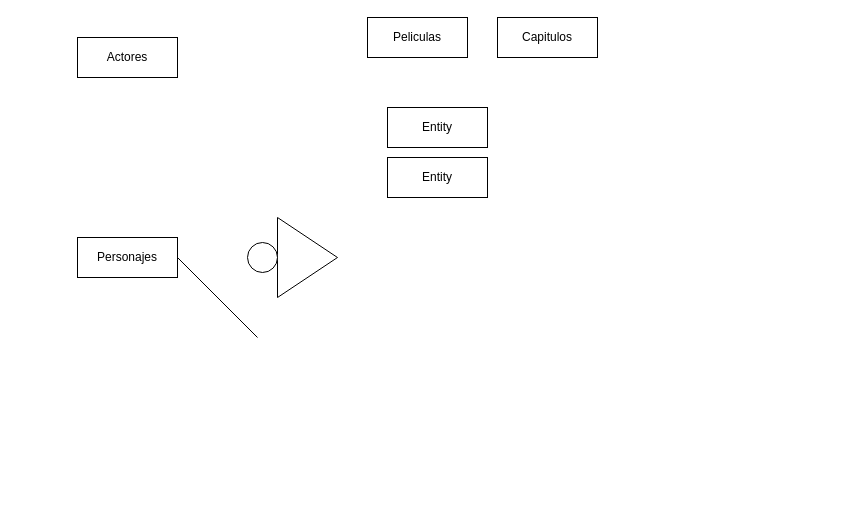
JVC0/Base-Datos keeps this draw.io diagram as Unidad1/Tareas/Tarea evaluada3/Untitled Diagram.drawio. Above is the earlier version. Source tidied: cells renumbered, new cells numbered last; positions are measured from the earlier drawing's top-left corner, leaving out a move shared by most shapes. Both pictures are drawn from the tidied source at 100%, with x=0, y=0 at pixel (77, 17).
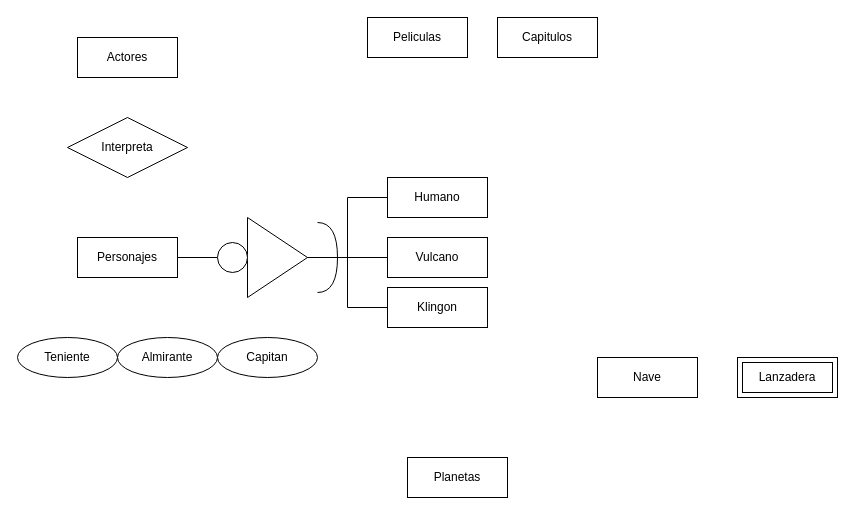
Above is the later version.

The change refers to these unchanged cells:
```xml
<mxCell id="2" value="Personajes" style="whiteSpace=wrap;html=1;align=center;" parent="1" vertex="1">
  <mxGeometry y="220" width="100" height="40" as="geometry" />
</mxCell>
```

Diff of the diagram source:
```diff
@@
-    <mxCell id="6" style="triangle;whiteSpace=wrap;html=1;" parent="1" vertex="1">
-      <mxGeometry x="200" y="200" width="60" height="80" as="geometry" />
-    </mxCell>
-    <mxCell id="7" style="ellipse;whiteSpace=wrap;html=1;" parent="1" vertex="1">
-      <mxGeometry x="170" y="225" width="30" height="30" as="geometry" />
-    </mxCell>
-    <mxCell id="8" style="endArrow=none;html=1;rounded=0;entryX=1;entryY=0.5;entryDx=0;entryDy=0;" parent="1" edge="1" target="2">
-      <mxGeometry relative="1" as="geometry">
-        <mxPoint x="180" y="320" as="sourcePoint" />
-      </mxGeometry>
+    <mxCell id="8" style="endArrow=none;html=1;rounded=0;entryX=1;entryY=0.5;entryDx=0;entryDy=0;exitX=0;exitY=0.5;exitDx=0;exitDy=0;" parent="1" edge="1" source="13" target="2">
+      <mxGeometry relative="1" as="geometry" />
     </mxCell>
-    <mxCell id="9" value="Entity" style="whiteSpace=wrap;html=1;align=center;" parent="1" vertex="1">
-      <mxGeometry x="310" y="90" width="100" height="40" as="geometry" />
+    <mxCell id="9" value="Humano" style="whiteSpace=wrap;html=1;align=center;" parent="1" vertex="1">
+      <mxGeometry x="310" y="160" width="100" height="40" as="geometry" />
     </mxCell>
-    <mxCell id="10" value="Entity" style="whiteSpace=wrap;html=1;align=center;" parent="1" vertex="1">
-      <mxGeometry x="310" y="140" width="100" height="40" as="geometry" />
+    <mxCell id="10" value="Klingon" style="whiteSpace=wrap;html=1;align=center;" parent="1" vertex="1">
+      <mxGeometry x="310" y="270" width="100" height="40" as="geometry" />
     </mxCell>
+    <mxCell id="11" value="Vulcano" style="whiteSpace=wrap;html=1;align=center;" parent="1" vertex="1">
+      <mxGeometry x="310" y="220" width="100" height="40" as="geometry" />
+    </mxCell>
+    <mxCell id="12" style="triangle;whiteSpace=wrap;html=1;" parent="1" vertex="1">
+      <mxGeometry x="170" y="200" width="60" height="80" as="geometry" />
+    </mxCell>
+    <mxCell id="13" style="ellipse;whiteSpace=wrap;html=1;" parent="1" vertex="1">
+      <mxGeometry x="140" y="225" width="30" height="30" as="geometry" />
+    </mxCell>
+    <mxCell id="14" style="endArrow=none;html=1;rounded=0;entryX=1;entryY=0.5;entryDx=0;entryDy=0;exitX=0;exitY=0.5;exitDx=0;exitDy=0;" parent="1" edge="1" source="9" target="12">
+      <mxGeometry relative="1" as="geometry">
+        <Array as="points">
+          <mxPoint x="270" y="180" />
+          <mxPoint x="270" y="240" />
+        </Array>
+      </mxGeometry>
+    </mxCell>
+    <mxCell id="15" style="endArrow=none;html=1;rounded=0;entryX=0;entryY=0.5;entryDx=0;entryDy=0;exitX=1;exitY=0.5;exitDx=0;exitDy=0;" parent="1" edge="1" source="12" target="10">
+      <mxGeometry relative="1" as="geometry">
+        <Array as="points">
+          <mxPoint x="270" y="240" />
+          <mxPoint x="270" y="290" />
+        </Array>
+      </mxGeometry>
+    </mxCell>
+    <mxCell id="16" style="endArrow=none;html=1;rounded=0;entryX=1;entryY=0.5;entryDx=0;entryDy=0;exitX=0;exitY=0.5;exitDx=0;exitDy=0;" parent="1" edge="1" source="11" target="12">
+      <mxGeometry relative="1" as="geometry" />
+    </mxCell>
+    <mxCell id="17" value="Teniente" style="ellipse;whiteSpace=wrap;html=1;align=center;" parent="1" vertex="1">
+      <mxGeometry x="-60" y="320" width="100" height="40" as="geometry" />
+    </mxCell>
+    <mxCell id="18" value="Almirante" style="ellipse;whiteSpace=wrap;html=1;align=center;" parent="1" vertex="1">
+      <mxGeometry x="40" y="320" width="100" height="40" as="geometry" />
+    </mxCell>
+    <mxCell id="19" value="Capitan" style="ellipse;whiteSpace=wrap;html=1;align=center;" parent="1" vertex="1">
+      <mxGeometry x="140" y="320" width="100" height="40" as="geometry" />
+    </mxCell>
+    <mxCell id="20" value="Interpreta" style="shape=rhombus;perimeter=rhombusPerimeter;whiteSpace=wrap;html=1;align=center;" parent="1" vertex="1">
+      <mxGeometry x="-10" y="100" width="120" height="60" as="geometry" />
+    </mxCell>
+    <mxCell id="21" style="shape=requiredInterface;html=1;verticalLabelPosition=bottom;sketch=0;" parent="1" vertex="1">
+      <mxGeometry x="240" y="205" width="20" height="70" as="geometry" />
+    </mxCell>
+    <mxCell id="22" value="Planetas" style="whiteSpace=wrap;html=1;align=center;" parent="1" vertex="1">
+      <mxGeometry x="330" y="440" width="100" height="40" as="geometry" />
+    </mxCell>
+    <mxCell id="23" value="Nave" style="whiteSpace=wrap;html=1;align=center;" parent="1" vertex="1">
+      <mxGeometry x="520" y="340" width="100" height="40" as="geometry" />
+    </mxCell>
+    <mxCell id="24" value="Lanzadera" style="shape=ext;margin=3;double=1;whiteSpace=wrap;html=1;align=center;" parent="1" vertex="1">
+      <mxGeometry x="660" y="340" width="100" height="40" as="geometry" />
+    </mxCell>
```
